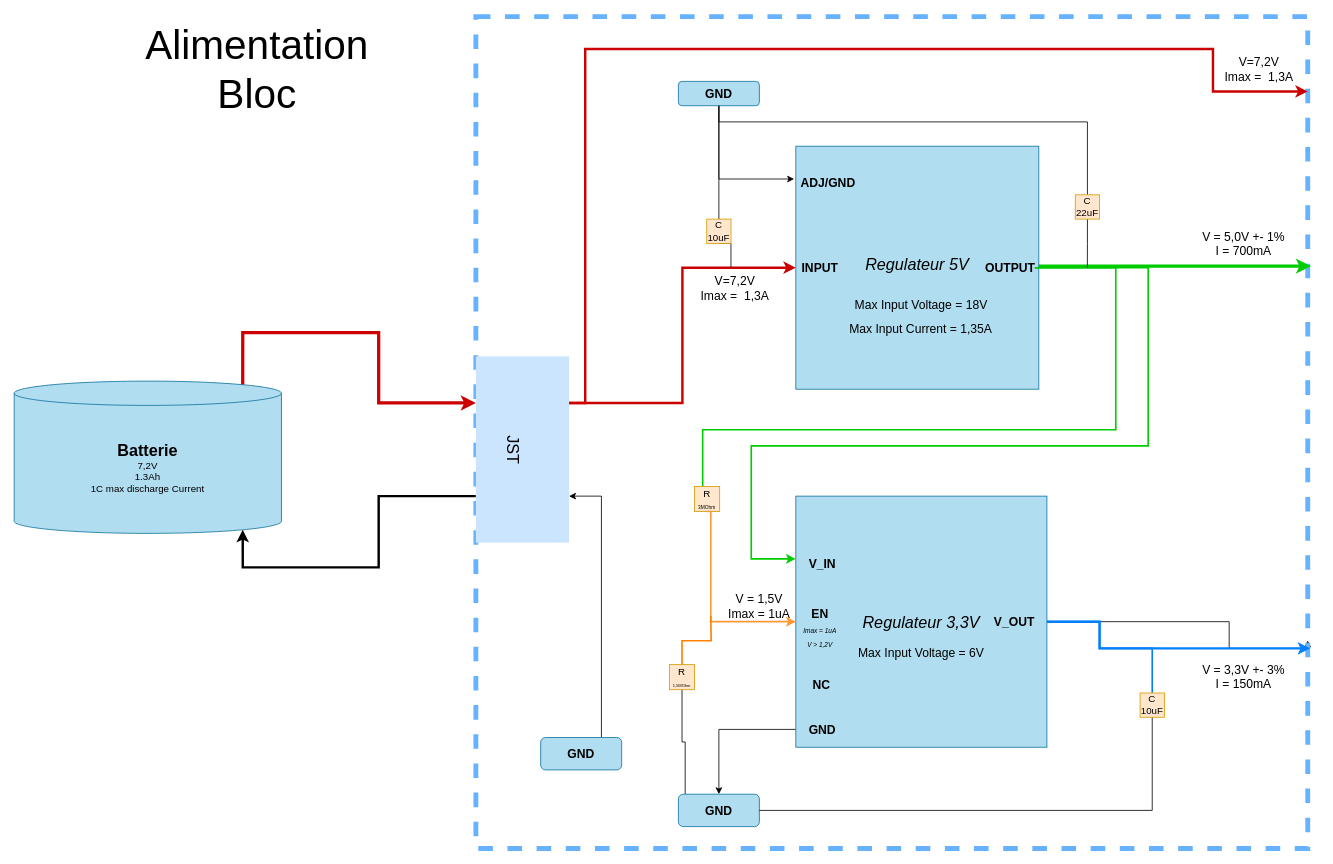
The draw.io diagram page "Alimentation" (2 of 4) of Diagramme/Diagramme sans nom.drawio in Artpel1805/Beerator, before the edit. Source tidied: cells renumbered, new cells numbered last; positions are measured from the earlier drawing's top-left corner, leaving out a move shared by most shapes. Both pictures are drawn from the tidied source at 81%, with x=0, y=0 at pixel (14, 16).
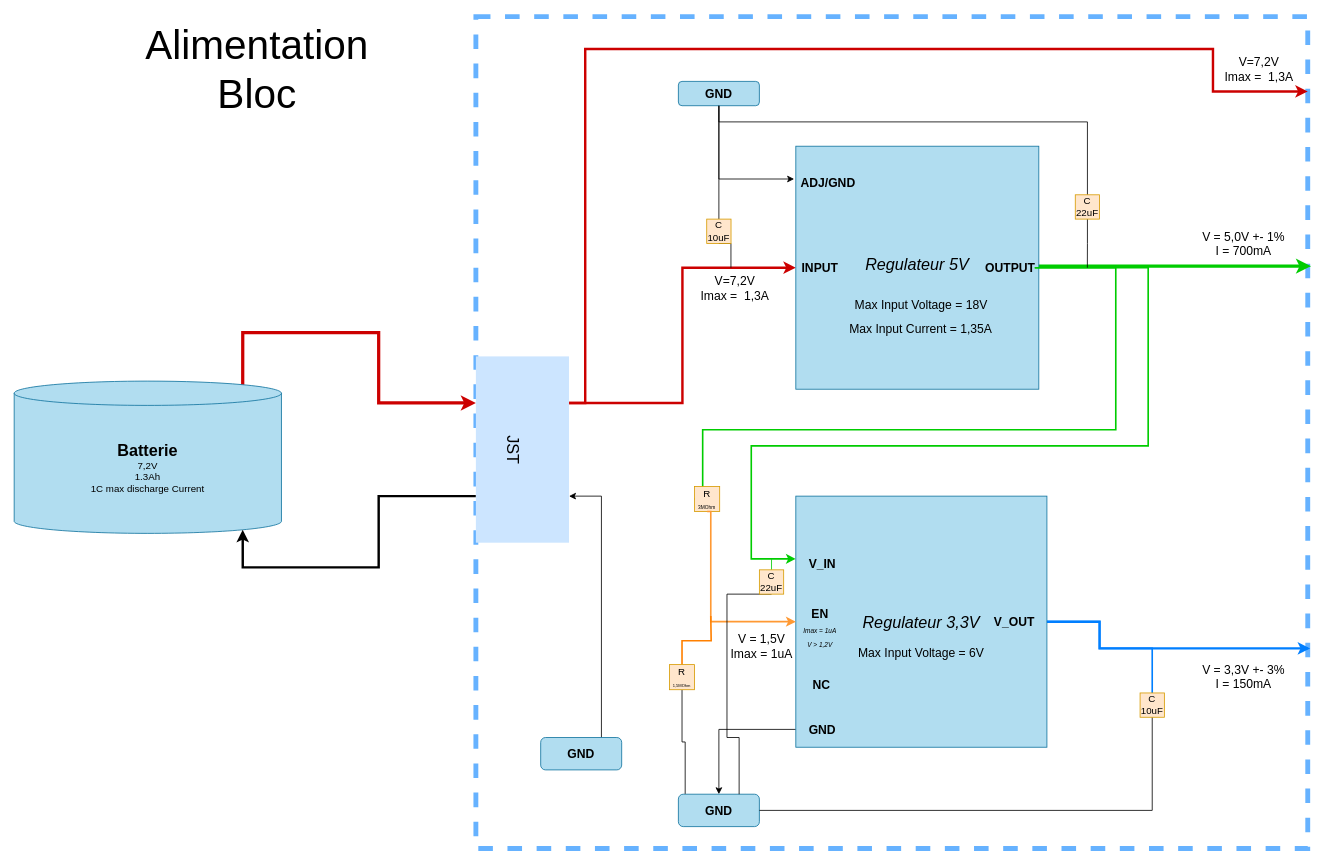
The same diagram, later.

Unchanged cells that the change refers to:
```xml
<mxCell id="3" style="whiteSpace=wrap;html=1;strokeWidth=6;dashed=1;fillColor=none;strokeColor=#66B2FF;" parent="1" vertex="1">
  <mxGeometry x="570" width="1027" height="1027" as="geometry" />
</mxCell>
<mxCell id="18" value="&lt;font size=&quot;1&quot;&gt;&lt;i style=&quot;font-size: 20px;&quot;&gt;Regulateur 3,3V&lt;/i&gt;&lt;/font&gt;" style="whiteSpace=wrap;html=1;strokeWidth=1;fontSize=7;fillColor=#b1ddf0;strokeColor=#10739e;" parent="1" vertex="1">
  <mxGeometry x="965" y="592" width="310" height="310" as="geometry" />
</mxCell>
<mxCell id="24" value="&lt;font style=&quot;font-size: 15px;&quot;&gt;&lt;b&gt;GND&lt;/b&gt;&lt;/font&gt;" style="rounded=1;whiteSpace=wrap;html=1;strokeWidth=1;fontSize=7;fillColor=#b1ddf0;strokeColor=#10739e;" parent="1" vertex="1">
  <mxGeometry x="820" y="960" width="100" height="40" as="geometry" />
</mxCell>
```

The edit, as a diff of the source:
```diff
@@
-    <mxCell id="2" style="edgeStyle=orthogonalEdgeStyle;rounded=0;jettySize=auto;html=1;exitX=1;exitY=0.75;exitDx=0;exitDy=0;entryX=1;entryY=0.5;entryDx=0;entryDy=0;fontSize=20;startArrow=classic;startFill=1;endArrow=none;endFill=0;" parent="1" edge="1" source="3" target="18">
-      <mxGeometry relative="1" as="geometry">
-        <Array as="points">
-          <mxPoint x="1500" y="780" />
-          <mxPoint x="1500" y="747" />
-        </Array>
-      </mxGeometry>
-    </mxCell>
@@
     <mxCell id="49" value="V = 1,5V&lt;br&gt;Imax = 1uA" style="text;html=1;strokeColor=none;fillColor=none;align=center;verticalAlign=middle;whiteSpace=wrap;rounded=0;dashed=1;strokeWidth=6;fontSize=15;" parent="1" vertex="1">
-      <mxGeometry x="852" y="713" width="136" height="30" as="geometry" />
+      <mxGeometry x="855" y="762" width="136" height="30" as="geometry" />
     </mxCell>
@@
+    <mxCell id="53" style="edgeStyle=orthogonalEdgeStyle;rounded=0;jettySize=auto;html=1;exitX=0.5;exitY=0;exitDx=0;exitDy=0;endArrow=none;endFill=0;strokeColor=#00CC00;" parent="1" edge="1" source="55">
+      <mxGeometry relative="1" as="geometry">
+        <mxPoint x="935" y="670" as="targetPoint" />
+      </mxGeometry>
+    </mxCell>
+    <mxCell id="54" style="edgeStyle=orthogonalEdgeStyle;rounded=0;jettySize=auto;html=1;exitX=0.5;exitY=1;exitDx=0;exitDy=0;entryX=0.75;entryY=0;entryDx=0;entryDy=0;strokeColor=#000000;endArrow=none;endFill=0;" parent="1" edge="1" source="55" target="24">
+      <mxGeometry relative="1" as="geometry">
+        <Array as="points">
+          <mxPoint x="880" y="713" />
+          <mxPoint x="880" y="890" />
+          <mxPoint x="895" y="890" />
+        </Array>
+      </mxGeometry>
+    </mxCell>
+    <mxCell id="55" value="C&lt;br&gt;22uF" style="whiteSpace=wrap;html=1;fillColor=#ffe6cc;strokeColor=#d79b00;" parent="1" vertex="1">
+      <mxGeometry x="920" y="683" width="30" height="30" as="geometry" />
+    </mxCell>
```
